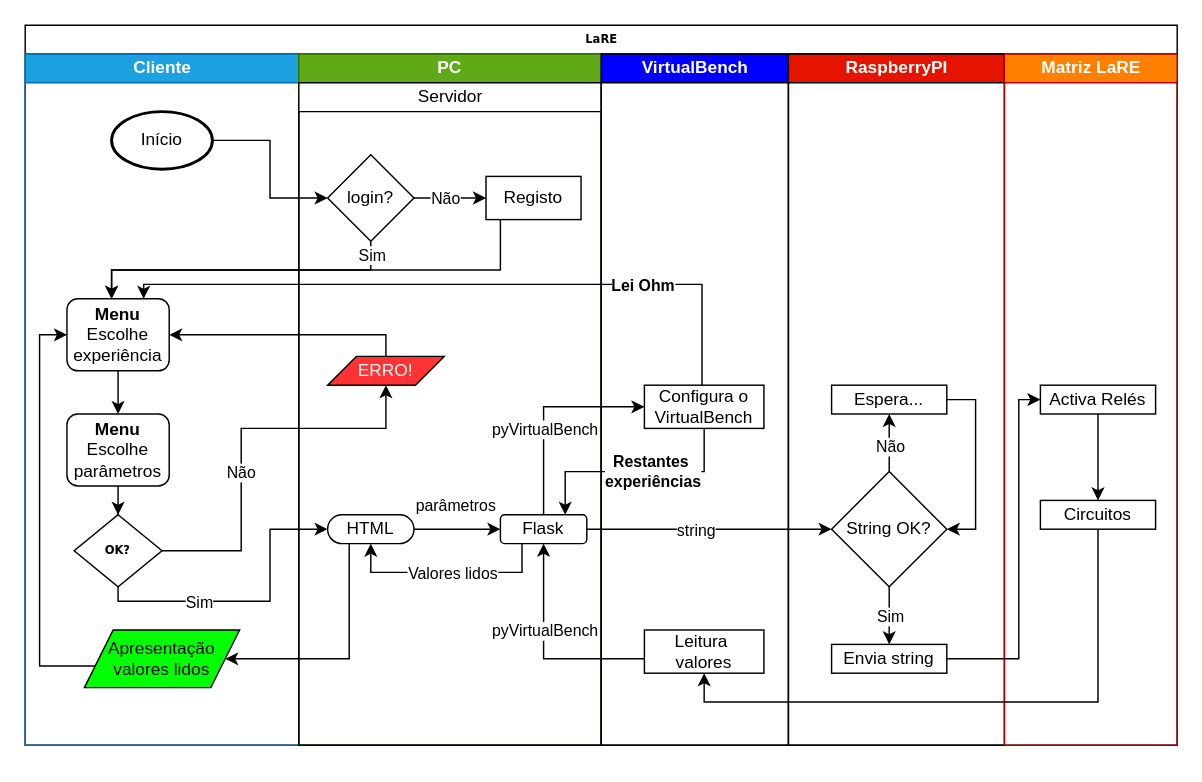
eddygrinder/LaRE keeps this draw.io diagram as diagramas/Diagrama_SOFTWARE_VER2.drawio. Above is the earlier version. Source tidied: cells renumbered, new cells numbered last; positions are measured from the earlier drawing's top-left corner, leaving out a move shared by most shapes. Both pictures are drawn from the tidied source at 144%, with x=0, y=0 at pixel (24, 24).
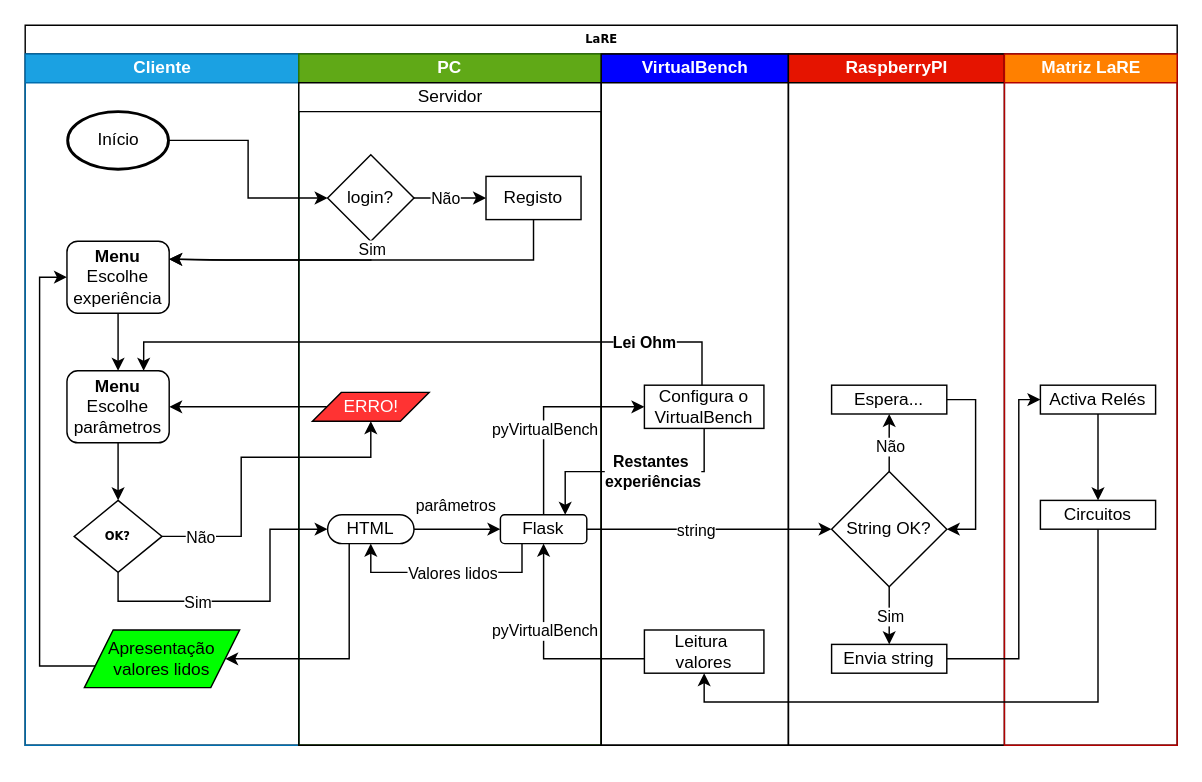
After the change.

The change refers to these unchanged cells:
```xml
<mxCell id="2" value="LaRE" style="swimlane;html=1;startSize=20;rounded=0;shadow=0;labelBackgroundColor=none;strokeWidth=1;fontFamily=Verdana;fontSize=8;align=center;glass=0;" parent="1" vertex="1">
  <mxGeometry width="800" height="500" as="geometry" />
</mxCell>
<mxCell id="3" value="Cliente" style="swimlane;html=1;startSize=20;fillColor=#1ba1e2;fontColor=#ffffff;strokeColor=#006EAF;" parent="2" vertex="1">
  <mxGeometry y="20" width="190" height="480" as="geometry" />
</mxCell>
<mxCell id="8" value="Apresentação valores lidos" style="shape=parallelogram;perimeter=parallelogramPerimeter;whiteSpace=wrap;html=1;fixedSize=1;fillColor=#00FF00;" parent="3" vertex="1">
  <mxGeometry x="41.1" y="400" width="107.8" height="40" as="geometry" />
</mxCell>
<mxCell id="15" value="&lt;span style=&quot;font-weight: normal;&quot;&gt;Servidor&lt;/span&gt;" style="swimlane;html=1;startSize=20;" parent="14" vertex="1">
  <mxGeometry y="20" width="210" height="460" as="geometry" />
</mxCell>
<mxCell id="18" value="login?" style="rhombus;whiteSpace=wrap;html=1;" parent="15" vertex="1">
  <mxGeometry x="20" y="50" width="60" height="60" as="geometry" />
</mxCell>
<mxCell id="19" value="Registo" style="whiteSpace=wrap;html=1;" parent="15" vertex="1">
  <mxGeometry x="130" y="65" width="66" height="30" as="geometry" />
</mxCell>
<mxCell id="29" style="edgeStyle=orthogonalEdgeStyle;rounded=0;jettySize=auto;html=1;entryX=0;entryY=0.5;entryDx=0;entryDy=0;exitX=0.5;exitY=1;exitDx=0;exitDy=0;" parent="2" edge="1" source="4" target="22">
  <mxGeometry relative="1" as="geometry">
    <Array as="points">
      <mxPoint x="65" y="400" />
      <mxPoint x="170" y="400" />
      <mxPoint x="170" y="350" />
    </Array>
  </mxGeometry>
</mxCell>
<mxCell id="33" value="&lt;div&gt;Configura o VirtualBench&lt;/div&gt;" style="whiteSpace=wrap;html=1;" parent="31" vertex="1">
  <mxGeometry x="30" y="230" width="83" height="30" as="geometry" />
</mxCell>
```

Change to the diagram source:
```diff
@@
     <mxCell id="4" value="&lt;div&gt;&lt;b style=&quot;background-color: rgb(255, 255, 255);&quot;&gt;OK?&lt;/b&gt;&lt;/div&gt;" style="rhombus;whiteSpace=wrap;html=1;rounded=0;shadow=0;labelBackgroundColor=none;strokeWidth=1;fontFamily=Verdana;fontSize=8;align=center;" parent="3" vertex="1">
-      <mxGeometry x="34" y="320" width="61" height="50" as="geometry" />
+      <mxGeometry x="34" y="310" width="61" height="50" as="geometry" />
     </mxCell>
@@
     <mxCell id="6" value="&lt;b&gt;Menu&lt;br&gt;&lt;/b&gt;Escolhe experiência" style="rounded=1;whiteSpace=wrap;html=1;" parent="3" vertex="1">
-      <mxGeometry x="29" y="170" width="71" height="50" as="geometry" />
+      <mxGeometry x="29" y="130" width="71" height="50" as="geometry" />
     </mxCell>
     <mxCell id="7" style="edgeStyle=orthogonalEdgeStyle;rounded=0;jettySize=auto;html=1;entryX=0;entryY=0.5;entryDx=0;entryDy=0;exitX=0;exitY=0.5;exitDx=0;exitDy=0;" parent="3" edge="1" source="8" target="6">
       <mxGeometry relative="1" as="geometry">
         <Array as="points">
           <mxPoint x="51" y="425" />
           <mxPoint x="10" y="425" />
-          <mxPoint x="10" y="195" />
+          <mxPoint x="10" y="155" />
         </Array>
       </mxGeometry>
     </mxCell>
@@
     <mxCell id="9" value="Início" style="strokeWidth=2;html=1;shape=mxgraph.flowchart.start_1;whiteSpace=wrap;" parent="3" vertex="1">
-      <mxGeometry x="60" y="40" width="70" height="40" as="geometry" />
+      <mxGeometry x="29.5" y="40" width="70" height="40" as="geometry" />
     </mxCell>
@@
     <mxCell id="11" value="&lt;b&gt;Menu&lt;br&gt;&lt;/b&gt;Escolhe parâmetros" style="rounded=1;whiteSpace=wrap;html=1;" parent="3" vertex="1">
-      <mxGeometry x="29" y="250" width="71" height="50" as="geometry" />
+      <mxGeometry x="29" y="220" width="71" height="50" as="geometry" />
     </mxCell>
@@
     <mxCell id="26" value="&lt;font color=&quot;#ffffff&quot;&gt;ERRO!&lt;/font&gt;" style="shape=parallelogram;perimeter=parallelogramPerimeter;whiteSpace=wrap;html=1;fixedSize=1;fillColor=#FF3333;" parent="15" vertex="1">
-      <mxGeometry x="20" y="190" width="81" height="20" as="geometry" />
+      <mxGeometry x="9.5" y="215" width="81" height="20" as="geometry" />
     </mxCell>
@@
     <mxCell id="30" value="Sim" style="edgeLabel;html=1;align=center;verticalAlign=middle;" parent="29" vertex="1">
       <mxGeometry x="-0.31" relative="1" as="geometry">
-        <mxPoint x="-5" as="offset" />
+        <mxPoint x="1" as="offset" />
       </mxGeometry>
     </mxCell>
@@
-    <mxCell id="52" style="edgeStyle=orthogonalEdgeStyle;rounded=0;jettySize=auto;html=1;exitX=0.5;exitY=1;exitDx=0;exitDy=0;" parent="2" edge="1" source="18">
+    <mxCell id="52" style="edgeStyle=orthogonalEdgeStyle;rounded=0;jettySize=auto;html=1;exitX=0.5;exitY=1;exitDx=0;exitDy=0;entryX=1;entryY=0.25;entryDx=0;entryDy=0;" parent="2" edge="1" source="18" target="6">
       <mxGeometry relative="1" as="geometry">
-        <mxPoint x="60" y="190" as="targetPoint" />
         <Array as="points">
-          <mxPoint x="240" y="170" />
-          <mxPoint x="60" y="170" />
+          <mxPoint x="240" y="163" />
+          <mxPoint x="130" y="163" />
         </Array>
       </mxGeometry>
     </mxCell>
@@
-    <mxCell id="54" style="edgeStyle=orthogonalEdgeStyle;rounded=0;jettySize=auto;html=1;" parent="2" edge="1" source="19">
+    <mxCell id="54" style="edgeStyle=orthogonalEdgeStyle;rounded=0;jettySize=auto;html=1;exitX=0.5;exitY=1;exitDx=0;exitDy=0;entryX=1;entryY=0.25;entryDx=0;entryDy=0;" parent="2" edge="1" source="19" target="6">
       <mxGeometry relative="1" as="geometry">
-        <mxPoint x="60" y="190" as="targetPoint" />
         <Array as="points">
-          <mxPoint x="330" y="170" />
-          <mxPoint x="60" y="170" />
+          <mxPoint x="353" y="163" />
+          <mxPoint x="140" y="163" />
         </Array>
       </mxGeometry>
     </mxCell>
@@
-    <mxCell id="57" style="edgeStyle=orthogonalEdgeStyle;rounded=0;jettySize=auto;html=1;entryX=0.75;entryY=0;entryDx=0;entryDy=0;" parent="2" edge="1" source="33" target="6">
+    <mxCell id="57" style="edgeStyle=orthogonalEdgeStyle;rounded=0;jettySize=auto;html=1;entryX=0.75;entryY=0;entryDx=0;entryDy=0;" parent="2" edge="1" source="33" target="11">
       <mxGeometry relative="1" as="geometry">
         <Array as="points">
-          <mxPoint x="470" y="180" />
-          <mxPoint x="82" y="180" />
+          <mxPoint x="470" y="220" />
+          <mxPoint x="82" y="220" />
         </Array>
       </mxGeometry>
     </mxCell>
     <mxCell id="58" value="&lt;b&gt;Lei Ohm&lt;/b&gt;" style="edgeLabel;html=1;align=center;verticalAlign=middle;" parent="57" vertex="1">
-      <mxGeometry x="-0.52" relative="1" as="geometry" />
+      <mxGeometry x="-0.52" relative="1" as="geometry">
+        <mxPoint x="34" as="offset" />
+      </mxGeometry>
     </mxCell>
@@
     <mxCell id="62" style="edgeStyle=orthogonalEdgeStyle;rounded=0;jettySize=auto;html=1;entryX=0.5;entryY=1;entryDx=0;entryDy=0;exitX=1;exitY=0.5;exitDx=0;exitDy=0;" parent="2" edge="1" source="4" target="26">
       <mxGeometry relative="1" as="geometry">
         <Array as="points">
-          <mxPoint x="150" y="365" />
-          <mxPoint x="150" y="280" />
-          <mxPoint x="251" y="280" />
+          <mxPoint x="150" y="355" />
+          <mxPoint x="150" y="300" />
+          <mxPoint x="240" y="300" />
         </Array>
       </mxGeometry>
     </mxCell>
     <mxCell id="63" value="Não" style="edgeLabel;html=1;align=center;verticalAlign=middle;" parent="62" vertex="1">
       <mxGeometry x="0.08" relative="1" as="geometry">
-        <mxPoint x="-7" y="30" as="offset" />
+        <mxPoint x="-41" y="55" as="offset" />
       </mxGeometry>
     </mxCell>
-    <mxCell id="64" style="edgeStyle=orthogonalEdgeStyle;rounded=0;jettySize=auto;html=1;exitX=0.5;exitY=0;exitDx=0;exitDy=0;entryX=1;entryY=0.5;entryDx=0;entryDy=0;" parent="2" edge="1" source="26" target="6">
+    <mxCell id="64" style="edgeStyle=orthogonalEdgeStyle;rounded=0;jettySize=auto;html=1;entryX=1;entryY=0.5;entryDx=0;entryDy=0;exitX=0;exitY=0.5;exitDx=0;exitDy=0;" parent="2" edge="1" source="26" target="11">
       <mxGeometry relative="1" as="geometry">
         <Array as="points">
-          <mxPoint x="251" y="215" />
+          <mxPoint x="200" y="265" />
+          <mxPoint x="200" y="265" />
         </Array>
       </mxGeometry>
     </mxCell>
```
